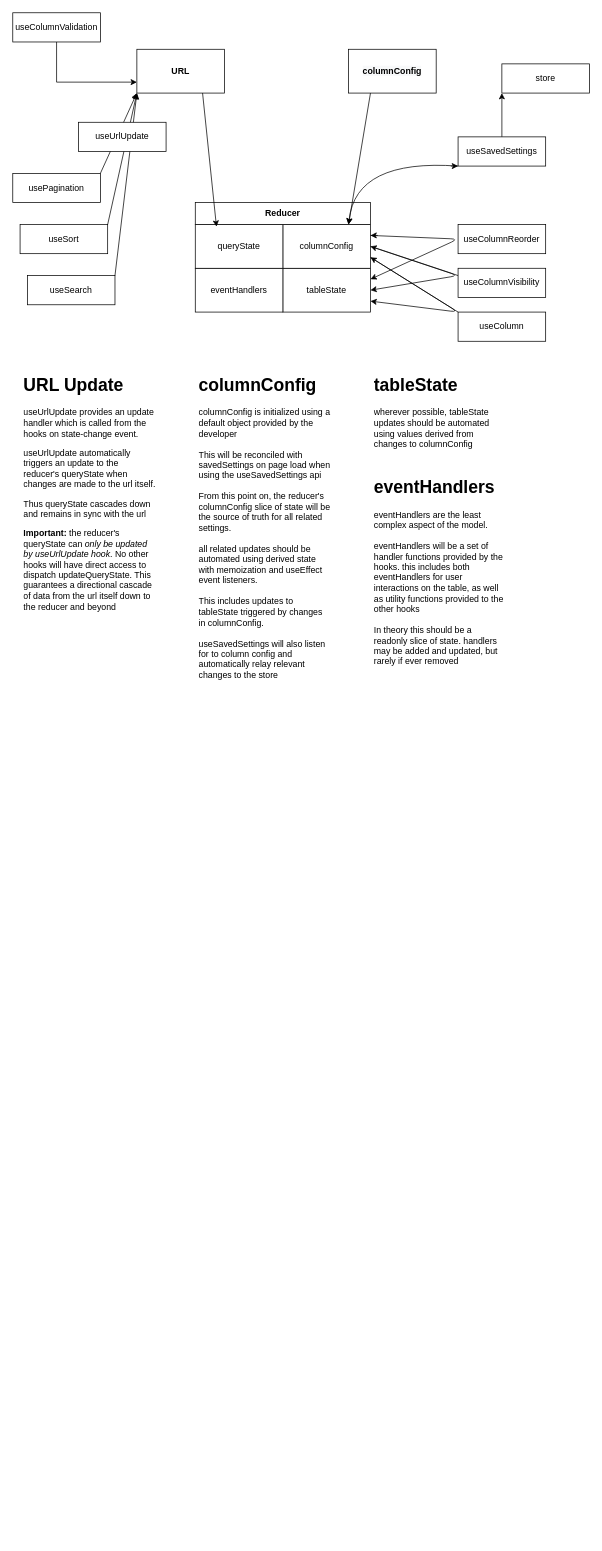
The draw.io diagram cowbell_table-data-flow.drawio in maxwelljmckee/prettyDrawings, before the edit. Source tidied: cells renumbered, new cells numbered last; positions are measured from the earlier drawing's top-left corner, leaving out a move shared by most shapes. Both pictures are drawn from the tidied source at 73%, with x=0, y=0 at pixel (12, 12).
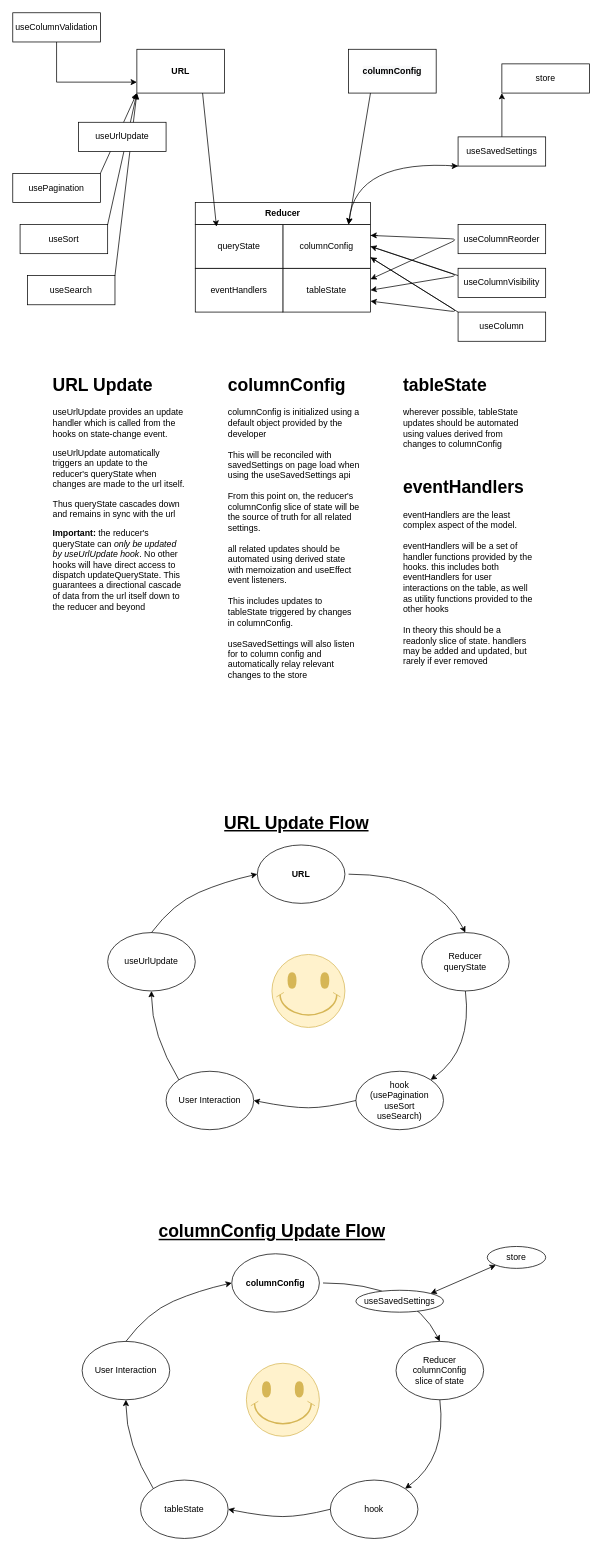
The same page after the edit.

Change to the diagram source:
```diff
@@
     <mxCell id="30" value="&lt;h1&gt;URL Update&lt;/h1&gt;&lt;p&gt;useUrlUpdate provides an update handler which is called from the hooks on state-change event.&lt;/p&gt;&lt;p&gt;useUrlUpdate automatically triggers an update to the reducer's queryState when changes are made to the url itself.&lt;/p&gt;&lt;p&gt;Thus queryState cascades down and remains in sync with the url&lt;/p&gt;&lt;p&gt;&lt;b&gt;Important: &lt;/b&gt;the reducer's queryState can &lt;i&gt;only be updated by useUrlUpdate hook&lt;/i&gt;. No other hooks will have direct access to dispatch updateQueryState. This guarantees a directional cascade of data from the url itself down to the reducer and beyond&lt;/p&gt;" style="text;html=1;strokeColor=none;fillColor=none;spacing=5;spacingTop=-20;whiteSpace=wrap;overflow=hidden;rounded=0;" parent="1" vertex="1">
-      <mxGeometry x="10" y="490" width="190" height="340" as="geometry" />
+      <mxGeometry x="50" y="490" width="190" height="340" as="geometry" />
     </mxCell>
@@
     <mxCell id="32" value="&lt;h1&gt;columnConfig&lt;/h1&gt;&lt;div&gt;columnConfig is initialized using a default object provided by the developer&lt;/div&gt;&lt;div&gt;&lt;br&gt;&lt;/div&gt;&lt;div&gt;This will be reconciled with savedSettings on page load when using the useSavedSettings api&lt;/div&gt;&lt;div&gt;&lt;br&gt;&lt;/div&gt;&lt;div&gt;From this point on, the reducer's columnConfig slice of state will be the source of truth for all related settings.&lt;/div&gt;&lt;div&gt;&lt;br&gt;&lt;/div&gt;&lt;div&gt;all related updates should be automated using derived state with memoization and useEffect event listeners.&lt;/div&gt;&lt;div&gt;&lt;br&gt;&lt;/div&gt;&lt;div&gt;This includes updates to tableState triggered by changes in columnConfig.&lt;/div&gt;&lt;div&gt;&lt;br&gt;&lt;/div&gt;&lt;div&gt;useSavedSettings will also listen for to column config and automatically relay relevant changes to the store&lt;/div&gt;" style="text;html=1;strokeColor=none;fillColor=none;spacing=5;spacingTop=-20;whiteSpace=wrap;overflow=hidden;rounded=0;" parent="1" vertex="1">
-      <mxGeometry x="250" y="490" width="190" height="440" as="geometry" />
+      <mxGeometry x="290" y="490" width="190" height="440" as="geometry" />
     </mxCell>
     <mxCell id="33" value="&lt;h1&gt;tableState&lt;/h1&gt;&lt;div&gt;wherever possible, tableState updates should be automated using values derived from changes to columnConfig&lt;/div&gt;" style="text;html=1;strokeColor=none;fillColor=none;spacing=5;spacingTop=-20;whiteSpace=wrap;overflow=hidden;rounded=0;" parent="1" vertex="1">
-      <mxGeometry x="490" y="490" width="190" height="120" as="geometry" />
+      <mxGeometry x="530" y="490" width="190" height="120" as="geometry" />
     </mxCell>
     <mxCell id="34" value="&lt;h1&gt;eventHandlers&lt;/h1&gt;&lt;div&gt;eventHandlers are the least complex aspect of the model.&lt;/div&gt;&lt;div&gt;&lt;br&gt;&lt;/div&gt;&lt;div&gt;eventHandlers will be a set of handler functions provided by the hooks. this includes both eventHandlers for user interactions on the table, as well as utility functions provided to the other hooks&lt;/div&gt;&lt;div&gt;&lt;br&gt;&lt;/div&gt;&lt;div&gt;In theory this should be a readonly slice of state. handlers may be added and updated, but rarely if ever removed&lt;/div&gt;" style="text;html=1;strokeColor=none;fillColor=none;spacing=5;spacingTop=-20;whiteSpace=wrap;overflow=hidden;rounded=0;" parent="1" vertex="1">
-      <mxGeometry x="490" y="630" width="190" height="280" as="geometry" />
+      <mxGeometry x="530" y="630" width="190" height="280" as="geometry" />
     </mxCell>
@@
+    <mxCell id="38" value="&lt;b&gt;URL&lt;/b&gt;" style="ellipse;whiteSpace=wrap;html=1;" parent="1" vertex="1">
+      <mxGeometry x="335" y="1140" width="120" height="80" as="geometry" />
+    </mxCell>
+    <mxCell id="39" value="Reducer&lt;br&gt;queryState" style="ellipse;whiteSpace=wrap;html=1;" parent="1" vertex="1">
+      <mxGeometry x="560" y="1260" width="120" height="80" as="geometry" />
+    </mxCell>
+    <mxCell id="40" value="hook&lt;br&gt;(usePagination&lt;br&gt;useSort&lt;br&gt;useSearch)" style="ellipse;whiteSpace=wrap;html=1;" parent="1" vertex="1">
+      <mxGeometry x="470" y="1450" width="120" height="80" as="geometry" />
+    </mxCell>
+    <mxCell id="41" value="User Interaction" style="ellipse;whiteSpace=wrap;html=1;" parent="1" vertex="1">
+      <mxGeometry x="210" y="1450" width="120" height="80" as="geometry" />
+    </mxCell>
+    <mxCell id="42" value="useUrlUpdate" style="ellipse;whiteSpace=wrap;html=1;" parent="1" vertex="1">
+      <mxGeometry x="130" y="1260" width="120" height="80" as="geometry" />
+    </mxCell>
+    <mxCell id="43" style="curved=1;endArrow=classic;html=1;entryX=0.5;entryY=0;entryDx=0;entryDy=0;" parent="1" edge="1" target="39">
+      <mxGeometry relative="1" as="geometry">
+        <mxPoint x="460" y="1180" as="sourcePoint" />
+        <Array as="points">
+          <mxPoint x="580" y="1180" />
+        </Array>
+      </mxGeometry>
+    </mxCell>
+    <mxCell id="44" style="curved=1;endArrow=classic;html=1;exitX=0.5;exitY=1;exitDx=0;exitDy=0;entryX=1;entryY=0;entryDx=0;entryDy=0;" parent="1" edge="1" source="39" target="40">
+      <mxGeometry relative="1" as="geometry">
+        <Array as="points">
+          <mxPoint x="630" y="1420" />
+        </Array>
+      </mxGeometry>
+    </mxCell>
+    <mxCell id="45" style="curved=1;endArrow=classic;html=1;entryX=1;entryY=0.5;entryDx=0;entryDy=0;exitX=0;exitY=0.5;exitDx=0;exitDy=0;" parent="1" edge="1" source="40" target="41">
+      <mxGeometry relative="1" as="geometry">
+        <Array as="points">
+          <mxPoint x="430" y="1500" />
+          <mxPoint x="380" y="1500" />
+        </Array>
+      </mxGeometry>
+    </mxCell>
+    <mxCell id="46" style="curved=1;endArrow=classic;html=1;exitX=0;exitY=0;exitDx=0;exitDy=0;" parent="1" edge="1" source="41">
+      <mxGeometry relative="1" as="geometry">
+        <mxPoint x="190" y="1340" as="targetPoint" />
+        <Array as="points">
+          <mxPoint x="190" y="1400" />
+        </Array>
+      </mxGeometry>
+    </mxCell>
+    <mxCell id="47" style="curved=1;endArrow=classic;html=1;entryX=0;entryY=0.5;entryDx=0;entryDy=0;exitX=0.5;exitY=0;exitDx=0;exitDy=0;" parent="1" edge="1" source="42" target="38">
+      <mxGeometry relative="1" as="geometry">
+        <Array as="points">
+          <mxPoint x="220" y="1220" />
+          <mxPoint x="290" y="1190" />
+        </Array>
+      </mxGeometry>
+    </mxCell>
+    <mxCell id="48" value="&lt;h1&gt;&lt;u&gt;URL Update Flow&lt;/u&gt;&lt;/h1&gt;" style="text;html=1;strokeColor=none;fillColor=none;spacing=5;spacingTop=-20;whiteSpace=wrap;overflow=hidden;rounded=0;" parent="1" vertex="1">
+      <mxGeometry x="285" y="1090" width="240" height="50" as="geometry" />
+    </mxCell>
+    <mxCell id="49" style="verticalLabelPosition=bottom;verticalAlign=top;html=1;shape=mxgraph.basic.smiley;fillColor=#fff2cc;strokeColor=#d6b656;" parent="1" vertex="1">
+      <mxGeometry x="355" y="1290" width="100" height="100" as="geometry" />
+    </mxCell>
+    <mxCell id="50" value="&lt;b&gt;columnConfig&lt;/b&gt;" style="ellipse;whiteSpace=wrap;html=1;" parent="1" vertex="1">
+      <mxGeometry x="300" y="1700" width="120" height="80" as="geometry" />
+    </mxCell>
+    <mxCell id="51" value="Reducer&lt;br&gt;columnConfig&lt;br&gt;slice of state" style="ellipse;whiteSpace=wrap;html=1;" parent="1" vertex="1">
+      <mxGeometry x="525" y="1820" width="120" height="80" as="geometry" />
+    </mxCell>
+    <mxCell id="52" value="hook" style="ellipse;whiteSpace=wrap;html=1;" parent="1" vertex="1">
+      <mxGeometry x="435" y="2010" width="120" height="80" as="geometry" />
+    </mxCell>
+    <mxCell id="53" value="tableState" style="ellipse;whiteSpace=wrap;html=1;" parent="1" vertex="1">
+      <mxGeometry x="175" y="2010" width="120" height="80" as="geometry" />
+    </mxCell>
+    <mxCell id="54" value="User Interaction" style="ellipse;whiteSpace=wrap;html=1;" parent="1" vertex="1">
+      <mxGeometry x="95" y="1820" width="120" height="80" as="geometry" />
+    </mxCell>
+    <mxCell id="55" style="curved=1;endArrow=classic;html=1;entryX=0.5;entryY=0;entryDx=0;entryDy=0;" parent="1" edge="1" target="51">
+      <mxGeometry relative="1" as="geometry">
+        <mxPoint x="425" y="1740" as="sourcePoint" />
+        <Array as="points">
+          <mxPoint x="545" y="1740" />
+        </Array>
+      </mxGeometry>
+    </mxCell>
+    <mxCell id="56" style="curved=1;endArrow=classic;html=1;exitX=0.5;exitY=1;exitDx=0;exitDy=0;entryX=1;entryY=0;entryDx=0;entryDy=0;" parent="1" edge="1" source="51" target="52">
+      <mxGeometry relative="1" as="geometry">
+        <Array as="points">
+          <mxPoint x="595" y="1980" />
+        </Array>
+      </mxGeometry>
+    </mxCell>
+    <mxCell id="57" style="curved=1;endArrow=classic;html=1;entryX=1;entryY=0.5;entryDx=0;entryDy=0;exitX=0;exitY=0.5;exitDx=0;exitDy=0;" parent="1" edge="1" source="52" target="53">
+      <mxGeometry relative="1" as="geometry">
+        <Array as="points">
+          <mxPoint x="395" y="2060" />
+          <mxPoint x="345" y="2060" />
+        </Array>
+      </mxGeometry>
+    </mxCell>
+    <mxCell id="58" style="curved=1;endArrow=classic;html=1;exitX=0;exitY=0;exitDx=0;exitDy=0;" parent="1" edge="1" source="53">
+      <mxGeometry relative="1" as="geometry">
+        <mxPoint x="155" y="1900" as="targetPoint" />
+        <Array as="points">
+          <mxPoint x="155" y="1960" />
+        </Array>
+      </mxGeometry>
+    </mxCell>
+    <mxCell id="59" style="curved=1;endArrow=classic;html=1;entryX=0;entryY=0.5;entryDx=0;entryDy=0;exitX=0.5;exitY=0;exitDx=0;exitDy=0;" parent="1" edge="1" source="54" target="50">
+      <mxGeometry relative="1" as="geometry">
+        <Array as="points">
+          <mxPoint x="185" y="1780" />
+          <mxPoint x="255" y="1750" />
+        </Array>
+      </mxGeometry>
+    </mxCell>
+    <mxCell id="60" value="&lt;h1&gt;&lt;u&gt;columnConfig Update Flow&lt;/u&gt;&lt;/h1&gt;" style="text;html=1;strokeColor=none;fillColor=none;spacing=5;spacingTop=-20;whiteSpace=wrap;overflow=hidden;rounded=0;" parent="1" vertex="1">
+      <mxGeometry x="195" y="1650" width="360" height="50" as="geometry" />
+    </mxCell>
+    <mxCell id="61" style="verticalLabelPosition=bottom;verticalAlign=top;html=1;shape=mxgraph.basic.smiley;fillColor=#fff2cc;strokeColor=#d6b656;" parent="1" vertex="1">
+      <mxGeometry x="320" y="1850" width="100" height="100" as="geometry" />
+    </mxCell>
+    <mxCell id="62" value="useSavedSettings" style="ellipse;whiteSpace=wrap;html=1;" parent="1" vertex="1">
+      <mxGeometry x="470" y="1750" width="120" height="30" as="geometry" />
+    </mxCell>
+    <mxCell id="63" value="store" style="ellipse;whiteSpace=wrap;html=1;" parent="1" vertex="1">
+      <mxGeometry x="650" y="1690" width="80" height="30" as="geometry" />
+    </mxCell>
+    <mxCell id="64" style="endArrow=classic;startArrow=classic;html=1;entryX=0;entryY=1;entryDx=0;entryDy=0;exitX=1;exitY=0;exitDx=0;exitDy=0;" parent="1" edge="1" source="62" target="63">
+      <mxGeometry relative="1" as="geometry" />
+    </mxCell>
```
